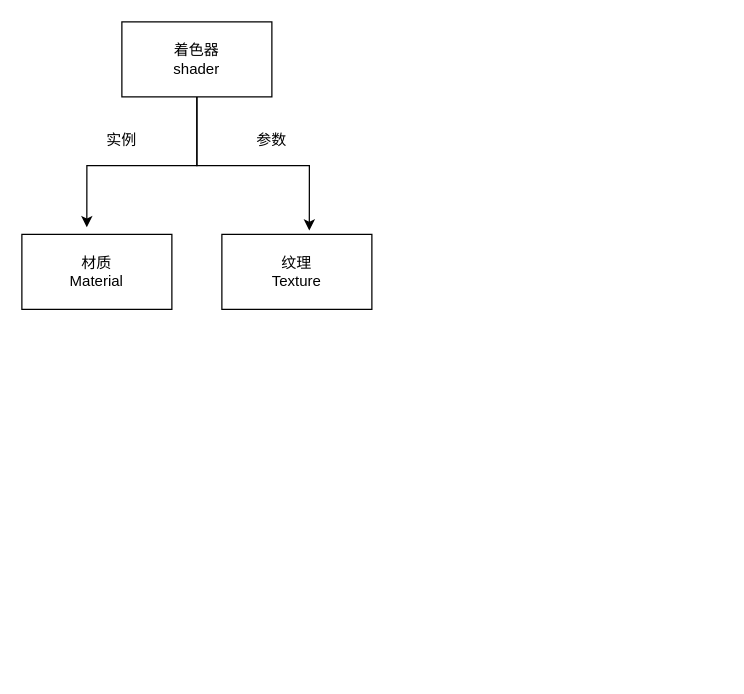
goldmine/base keeps this draw.io diagram as page "3D" (1 of 10) of unity.drawio. Above is the earlier version. Source tidied: cells renumbered, new cells numbered last; positions are measured from the earlier drawing's top-left corner, leaving out a move shared by most shapes. Both pictures are drawn from the tidied source at 125%, with x=0, y=0 at pixel (21, 21).
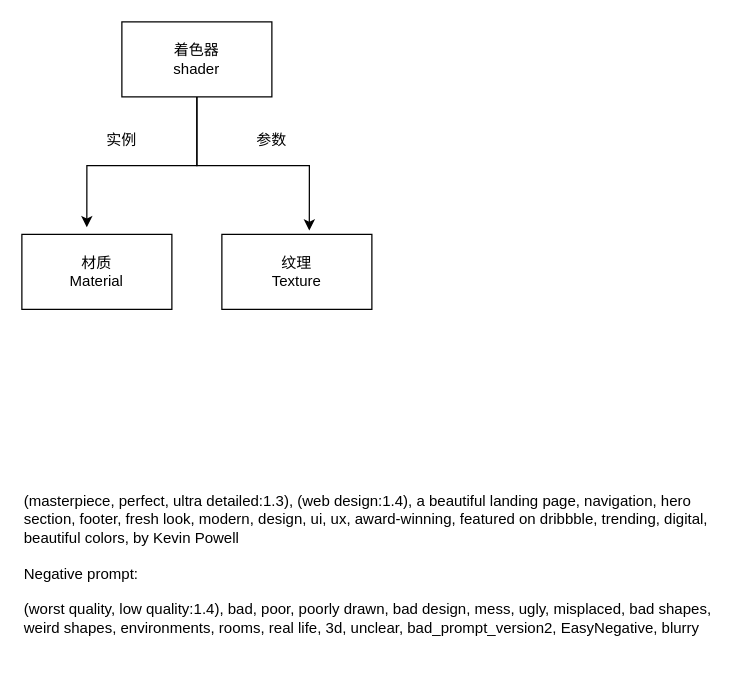
Above is the later version.

The edit, as a diff of the source:
```diff
@@
 <mxGraphModel>
   <root>
     <mxCell id="0" />
     <mxCell id="1" parent="0" />
     <mxCell id="2" value="材质&lt;br&gt;Material" style="rounded=0;whiteSpace=wrap;html=1;" parent="1" vertex="1">
       <mxGeometry y="170" width="120" height="60" as="geometry" />
     </mxCell>
     <mxCell id="3" style="edgeStyle=orthogonalEdgeStyle;rounded=0;jettySize=auto;html=1;entryX=0.433;entryY=-0.094;entryDx=0;entryDy=0;entryPerimeter=0;" parent="1" edge="1" source="5" target="2">
       <mxGeometry relative="1" as="geometry" />
     </mxCell>
     <mxCell id="4" style="edgeStyle=orthogonalEdgeStyle;rounded=0;jettySize=auto;html=1;entryX=0.583;entryY=-0.05;entryDx=0;entryDy=0;entryPerimeter=0;" parent="1" edge="1" source="5" target="6">
       <mxGeometry relative="1" as="geometry" />
     </mxCell>
     <mxCell id="5" value="着色器&lt;br&gt;shader" style="rounded=0;whiteSpace=wrap;html=1;" parent="1" vertex="1">
       <mxGeometry x="80" width="120" height="60" as="geometry" />
     </mxCell>
     <mxCell id="6" value="纹理&lt;br&gt;Texture" style="rounded=0;whiteSpace=wrap;html=1;" parent="1" vertex="1">
       <mxGeometry x="160" y="170" width="120" height="60" as="geometry" />
     </mxCell>
     <mxCell id="7" value="实例" style="text;html=1;strokeColor=none;fillColor=none;align=center;verticalAlign=middle;whiteSpace=wrap;rounded=0;" parent="1" vertex="1">
       <mxGeometry x="50" y="80" width="60" height="30" as="geometry" />
     </mxCell>
     <mxCell id="8" value="参数" style="text;html=1;strokeColor=none;fillColor=none;align=center;verticalAlign=middle;whiteSpace=wrap;rounded=0;" parent="1" vertex="1">
       <mxGeometry x="170" y="80" width="60" height="30" as="geometry" />
     </mxCell>
+    <mxCell id="9" value="(masterpiece, perfect, ultra detailed:1.3), (web design:1.4), a beautiful landing page, navigation, hero section, footer, fresh look, modern, design, ui, ux, award-winning, featured on dribbble, trending, digital, beautiful colors, by Kevin Powell &#10; &#10;Negative prompt: &#10; &#10;(worst quality, low quality:1.4), bad, poor, poorly drawn, bad design, mess, ugly, misplaced, bad shapes, weird shapes, environments, rooms, real life, 3d, unclear, bad_prompt_version2, EasyNegative, blurry" style="text;whiteSpace=wrap;html=1;" parent="1" vertex="1">
+      <mxGeometry y="370" width="560" height="150" as="geometry" />
+    </mxCell>
   </root>
 </mxGraphModel>
```
